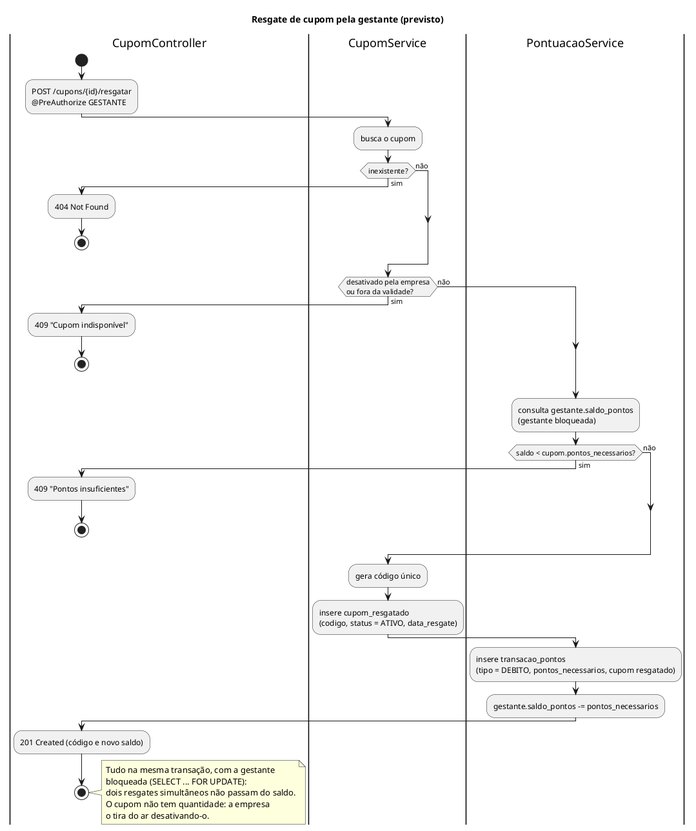
Earlier version of the PlantUML export docs/implementation-diagrams/resgate-cupom/resgate-cupom.png (CozyShelf/previna-backend).
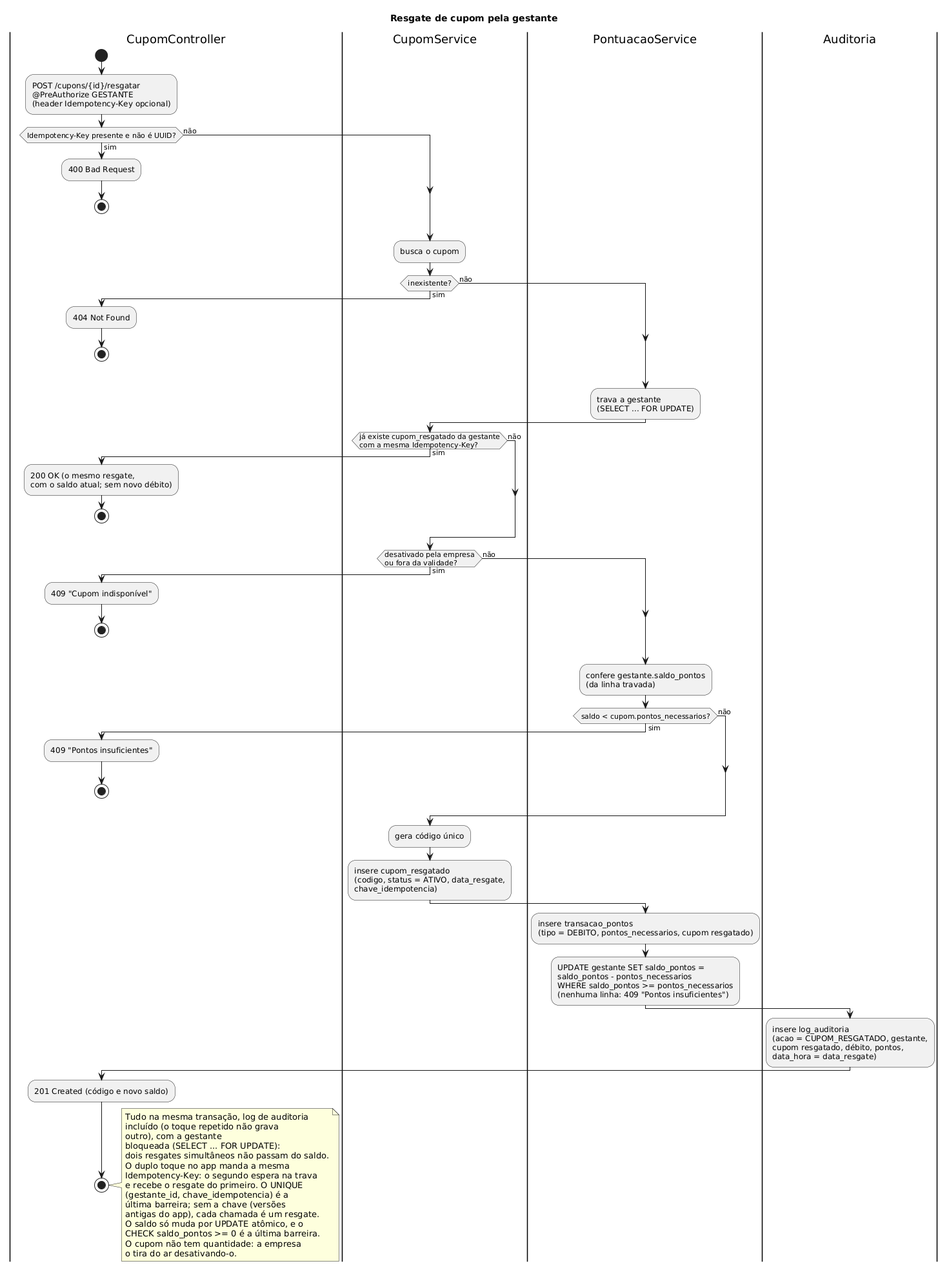
The same file after the commit.

The edit, as a diff of the source:
```diff
@@ -1,16 +1,36 @@
 @startuml resgate-cupom
-title Resgate de cupom pela gestante (previsto)
+title Resgate de cupom pela gestante
 
 |CupomController|
 start
 :POST /cupons/{id}/resgatar
-@PreAuthorize GESTANTE;
+@PreAuthorize GESTANTE
+(header Idempotency-Key opcional);
+if (Idempotency-Key presente e não é UUID?) then (sim)
+  :400 Bad Request;
+  stop
+else (não)
+endif
 
 |CupomService|
 :busca o cupom;
 if (inexistente?) then (sim)
   |CupomController|
   :404 Not Found;
+  stop
+else (não)
+endif
+
+|PontuacaoService|
+:trava a gestante
+(SELECT ... FOR UPDATE);
+
+|CupomService|
+if (já existe cupom_resgatado da gestante
+com a mesma Idempotency-Key?) then (sim)
+  |CupomController|
+  :200 OK (o mesmo resgate,
+  com o saldo atual; sem novo débito);
   stop
 else (não)
 endif
@@ -24,8 +44,8 @@
 endif
 
 |PontuacaoService|
-:consulta gestante.saldo_pontos
-(gestante bloqueada);
+:confere gestante.saldo_pontos
+(da linha travada);
 if (saldo < cupom.pontos_necessarios?) then (sim)
   |CupomController|
   :409 "Pontos insuficientes";
@@ -36,21 +56,41 @@
 |CupomService|
 :gera código único;
 :insere cupom_resgatado
-(codigo, status = ATIVO, data_resgate);
+(codigo, status = ATIVO, data_resgate,
+chave_idempotencia);
 
 |PontuacaoService|
 :insere transacao_pontos
 (tipo = DEBITO, pontos_necessarios, cupom resgatado);
-:gestante.saldo_pontos -= pontos_necessarios;
+:UPDATE gestante SET saldo_pontos =
+saldo_pontos - pontos_necessarios
+WHERE saldo_pontos >= pontos_necessarios
+(nenhuma linha: 409 "Pontos insuficientes");
+
+|Auditoria|
+:insere log_auditoria
+(acao = CUPOM_RESGATADO, gestante,
+cupom resgatado, débito, pontos,
+data_hora = data_resgate);
 
 |CupomController|
 :201 Created (código e novo saldo);
 stop
 
 note right
-  Tudo na mesma transação, com a gestante
+  Tudo na mesma transação, log de auditoria
+  incluído (o toque repetido não grava
+  outro), com a gestante
   bloqueada (SELECT ... FOR UPDATE):
   dois resgates simultâneos não passam do saldo.
+  O duplo toque no app manda a mesma
+  Idempotency-Key: o segundo espera na trava
+  e recebe o resgate do primeiro. O UNIQUE
+  (gestante_id, chave_idempotencia) é a
+  última barreira; sem a chave (versões
+  antigas do app), cada chamada é um resgate.
+  O saldo só muda por UPDATE atômico, e o
+  CHECK saldo_pontos >= 0 é a última barreira.
   O cupom não tem quantidade: a empresa
   o tira do ar desativando-o.
 end note
```
